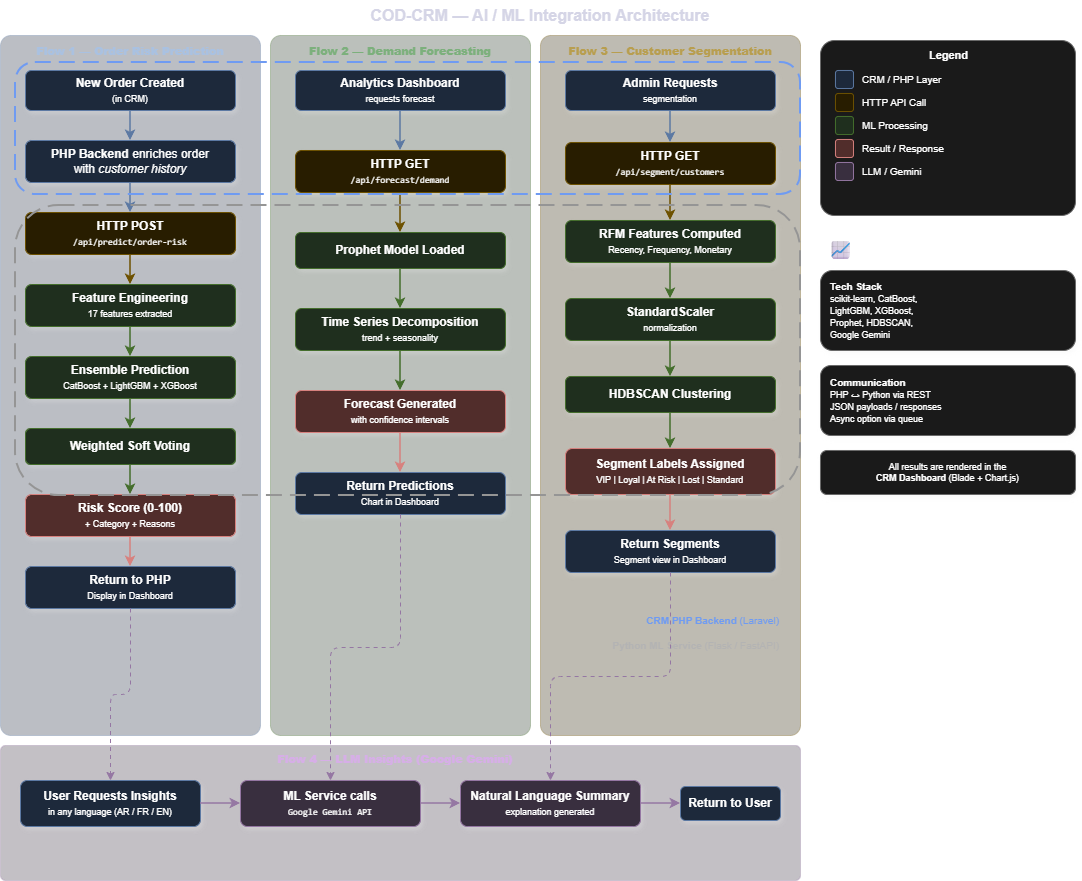
Above: docs/diagrams/ai_integration.drawio.png in amine-dubs/COD-CRM (draw.io), before the change. Source tidied: cells renumbered, new cells last; positions are measured from the earlier drawing's top-left corner, leaving out a move shared by most shapes.
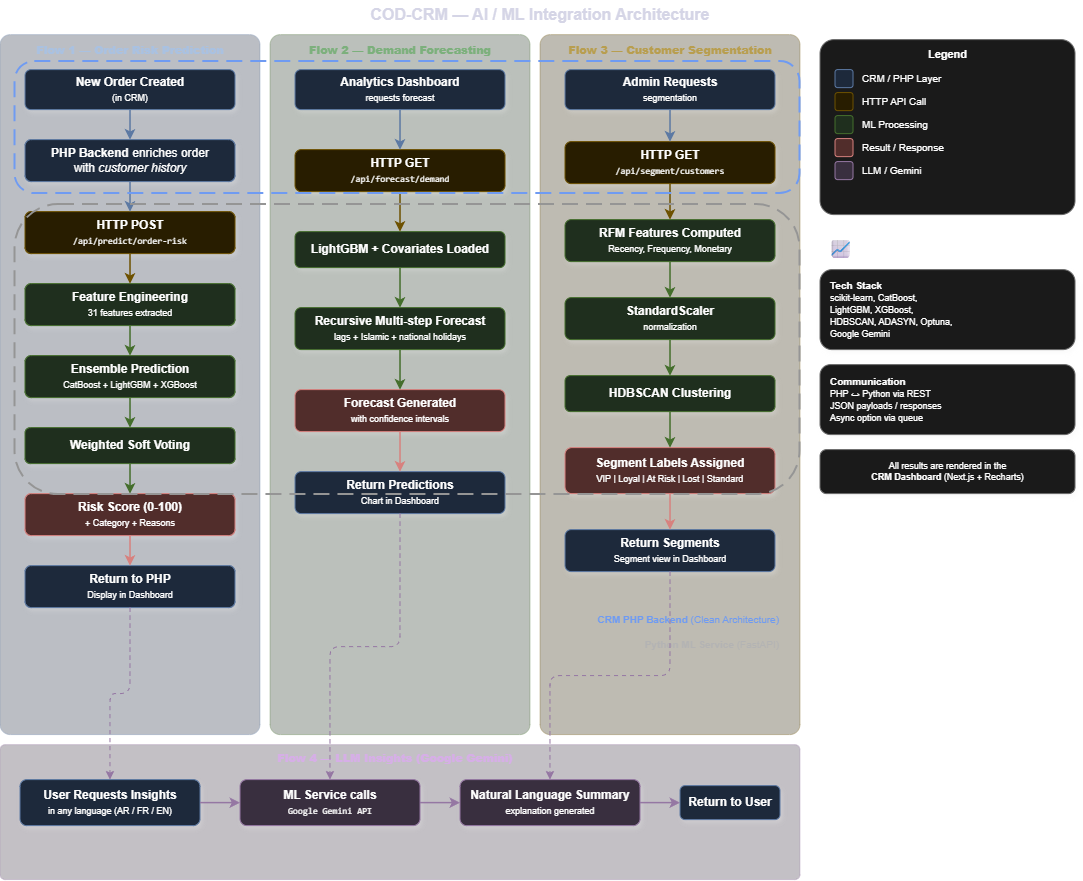
The same file after the commit.

Change to the diagram source:
```diff
@@ -5,63 +5,63 @@
     <mxCell id="2" value="&lt;b&gt;COD-CRM &amp;mdash; AI / ML Integration Architecture&lt;/b&gt;" style="text;html=1;align=center;verticalAlign=middle;whiteSpace=wrap;fontSize=16;fontColor=#1a1a2e;" parent="1" vertex="1">
       <mxGeometry x="240" width="600" height="30" as="geometry" />
     </mxCell>
-    <mxCell id="3" style="rounded=1;whiteSpace=wrap;html=1;fillColor=#dae8fc;strokeColor=#6c8ebf;opacity=30;arcSize=4;" parent="1" vertex="1">
-      <mxGeometry y="35" width="260" height="700" as="geometry" />
-    </mxCell>
+    <mxCell id="80" style="rounded=1;whiteSpace=wrap;html=1;fillColor=#dae8fc;strokeColor=#6c8ebf;opacity=30;arcSize=4;" parent="1" vertex="1">
+      <mxGeometry y="35" width="260" height="700" as="geometry" />
+    </mxCell>
     <mxCell id="4" value="&lt;b&gt;Flow 1 &amp;mdash; Order Risk Prediction&lt;/b&gt;" style="text;html=1;align=center;verticalAlign=middle;whiteSpace=wrap;fontSize=11;fontColor=#1e3a5f;fontStyle=1;" parent="1" vertex="1">
       <mxGeometry x="10" y="40" width="240" height="22" as="geometry" />
     </mxCell>
-    <mxCell id="5" style="rounded=1;whiteSpace=wrap;html=1;fillColor=#d5e8d4;strokeColor=#82b366;opacity=30;arcSize=4;" parent="1" vertex="1">
-      <mxGeometry x="270" y="35" width="260" height="700" as="geometry" />
-    </mxCell>
+    <mxCell id="81" style="rounded=1;whiteSpace=wrap;html=1;fillColor=#d5e8d4;strokeColor=#82b366;opacity=30;arcSize=4;" parent="1" vertex="1">
+      <mxGeometry x="270" y="35" width="260" height="700" as="geometry" />
+    </mxCell>
     <mxCell id="6" value="&lt;b&gt;Flow 2 &amp;mdash; Demand Forecasting&lt;/b&gt;" style="text;html=1;align=center;verticalAlign=middle;whiteSpace=wrap;fontSize=11;fontColor=#2d6a2e;fontStyle=1;" parent="1" vertex="1">
       <mxGeometry x="280" y="40" width="240" height="22" as="geometry" />
     </mxCell>
-    <mxCell id="7" style="rounded=1;whiteSpace=wrap;html=1;fillColor=#fff2cc;strokeColor=#d6b656;opacity=30;arcSize=4;" parent="1" vertex="1">
-      <mxGeometry x="540" y="35" width="260" height="700" as="geometry" />
-    </mxCell>
+    <mxCell id="82" style="rounded=1;whiteSpace=wrap;html=1;fillColor=#fff2cc;strokeColor=#d6b656;opacity=30;arcSize=4;" parent="1" vertex="1">
+      <mxGeometry x="540" y="35" width="260" height="700" as="geometry" />
+    </mxCell>
     <mxCell id="8" value="&lt;b&gt;Flow 3 &amp;mdash; Customer Segmentation&lt;/b&gt;" style="text;html=1;align=center;verticalAlign=middle;whiteSpace=wrap;fontSize=11;fontColor=#7a5c00;fontStyle=1;" parent="1" vertex="1">
       <mxGeometry x="550" y="40" width="240" height="22" as="geometry" />
     </mxCell>
-    <mxCell id="9" style="rounded=1;whiteSpace=wrap;html=1;fillColor=#e1d5e7;strokeColor=#9673a6;opacity=30;arcSize=4;" parent="1" vertex="1">
-      <mxGeometry y="745" width="800" height="135" as="geometry" />
-    </mxCell>
+    <mxCell id="83" style="rounded=1;whiteSpace=wrap;html=1;fillColor=#e1d5e7;strokeColor=#9673a6;opacity=30;arcSize=4;" parent="1" vertex="1">
+      <mxGeometry y="745" width="800" height="135" as="geometry" />
+    </mxCell>
     <mxCell id="10" value="&lt;b&gt;Flow 4 &amp;mdash; LLM Insights (Google Gemini)&lt;/b&gt;" style="text;html=1;align=center;verticalAlign=middle;whiteSpace=wrap;fontSize=11;fontColor=#5b2c6f;fontStyle=1;" parent="1" vertex="1">
       <mxGeometry x="240" y="748" width="310" height="22" as="geometry" />
     </mxCell>
-    <mxCell id="11" style="rounded=1;whiteSpace=wrap;html=1;fillColor=#f5f5f5;strokeColor=#999999;arcSize=8;" parent="1" vertex="1">
-      <mxGeometry x="820" y="40" width="255" height="175" as="geometry" />
-    </mxCell>
+    <mxCell id="84" style="rounded=1;whiteSpace=wrap;html=1;fillColor=#f5f5f5;strokeColor=#999999;arcSize=8;" parent="1" vertex="1">
+      <mxGeometry x="820" y="40" width="255" height="175" as="geometry" />
+    </mxCell>
     <mxCell id="12" value="&lt;b&gt;Legend&lt;/b&gt;" style="text;html=1;align=center;verticalAlign=middle;fontSize=11;" parent="1" vertex="1">
       <mxGeometry x="820" y="45" width="255" height="20" as="geometry" />
     </mxCell>
-    <mxCell id="13" style="rounded=1;whiteSpace=wrap;fillColor=#dae8fc;strokeColor=#6c8ebf;" parent="1" vertex="1">
-      <mxGeometry x="835" y="70" width="18" height="18" as="geometry" />
-    </mxCell>
+    <mxCell id="85" style="rounded=1;whiteSpace=wrap;fillColor=#dae8fc;strokeColor=#6c8ebf;" parent="1" vertex="1">
+      <mxGeometry x="835" y="70" width="18" height="18" as="geometry" />
+    </mxCell>
     <mxCell id="14" value="CRM / PHP Layer" style="text;html=1;align=left;verticalAlign=middle;fontSize=10;" parent="1" vertex="1">
       <mxGeometry x="860" y="70" width="120" height="18" as="geometry" />
     </mxCell>
-    <mxCell id="15" style="rounded=1;whiteSpace=wrap;fillColor=#fff2cc;strokeColor=#d6b656;" parent="1" vertex="1">
-      <mxGeometry x="835" y="93" width="18" height="18" as="geometry" />
-    </mxCell>
+    <mxCell id="86" style="rounded=1;whiteSpace=wrap;fillColor=#fff2cc;strokeColor=#d6b656;" parent="1" vertex="1">
+      <mxGeometry x="835" y="93" width="18" height="18" as="geometry" />
+    </mxCell>
     <mxCell id="16" value="HTTP API Call" style="text;html=1;align=left;verticalAlign=middle;fontSize=10;" parent="1" vertex="1">
       <mxGeometry x="860" y="93" width="120" height="18" as="geometry" />
     </mxCell>
-    <mxCell id="17" style="rounded=1;whiteSpace=wrap;fillColor=#d5e8d4;strokeColor=#82b366;" parent="1" vertex="1">
-      <mxGeometry x="835" y="116" width="18" height="18" as="geometry" />
-    </mxCell>
+    <mxCell id="87" style="rounded=1;whiteSpace=wrap;fillColor=#d5e8d4;strokeColor=#82b366;" parent="1" vertex="1">
+      <mxGeometry x="835" y="116" width="18" height="18" as="geometry" />
+    </mxCell>
     <mxCell id="18" value="ML Processing" style="text;html=1;align=left;verticalAlign=middle;fontSize=10;" parent="1" vertex="1">
       <mxGeometry x="860" y="116" width="120" height="18" as="geometry" />
     </mxCell>
-    <mxCell id="19" style="rounded=1;whiteSpace=wrap;fillColor=#f8cecc;strokeColor=#b85450;" parent="1" vertex="1">
-      <mxGeometry x="835" y="139" width="18" height="18" as="geometry" />
-    </mxCell>
+    <mxCell id="88" style="rounded=1;whiteSpace=wrap;fillColor=#f8cecc;strokeColor=#b85450;" parent="1" vertex="1">
+      <mxGeometry x="835" y="139" width="18" height="18" as="geometry" />
+    </mxCell>
     <mxCell id="20" value="Result / Response" style="text;html=1;align=left;verticalAlign=middle;fontSize=10;" parent="1" vertex="1">
       <mxGeometry x="860" y="139" width="120" height="18" as="geometry" />
     </mxCell>
-    <mxCell id="21" style="rounded=1;whiteSpace=wrap;fillColor=#e1d5e7;strokeColor=#9673a6;" parent="1" vertex="1">
-      <mxGeometry x="835" y="162" width="18" height="18" as="geometry" />
-    </mxCell>
+    <mxCell id="89" style="rounded=1;whiteSpace=wrap;fillColor=#e1d5e7;strokeColor=#9673a6;" parent="1" vertex="1">
+      <mxGeometry x="835" y="162" width="18" height="18" as="geometry" />
+    </mxCell>
     <mxCell id="22" value="LLM / Gemini" style="text;html=1;align=left;verticalAlign=middle;fontSize=10;" parent="1" vertex="1">
       <mxGeometry x="860" y="162" width="120" height="18" as="geometry" />
     </mxCell>
@@ -74,9 +74,9 @@
     <mxCell id="25" value="&lt;b&gt;HTTP POST&lt;/b&gt;&lt;br&gt;&lt;font style=&quot;font-size:9px;font-family:monospace&quot;&gt;/api/predict/order-risk&lt;/font&gt;" style="rounded=1;whiteSpace=wrap;html=1;fillColor=#fff2cc;strokeColor=#d6b656;shadow=1;" parent="1" vertex="1">
       <mxGeometry x="25" y="212" width="210" height="42" as="geometry" />
     </mxCell>
-    <mxCell id="26" value="&lt;b&gt;Feature Engineering&lt;/b&gt;&lt;br&gt;&lt;font style=&quot;font-size:9px&quot;&gt;17 features extracted&lt;/font&gt;" style="rounded=1;whiteSpace=wrap;html=1;fillColor=#d5e8d4;strokeColor=#82b366;shadow=1;" parent="1" vertex="1">
-      <mxGeometry x="25" y="284" width="210" height="42" as="geometry" />
-    </mxCell>
+    <mxCell id="90" value="&lt;b&gt;Feature Engineering&lt;/b&gt;&lt;br&gt;&lt;font style=&quot;font-size:9px&quot;&gt;31 features extracted&lt;/font&gt;" style="rounded=1;whiteSpace=wrap;html=1;fillColor=#d5e8d4;strokeColor=#82b366;shadow=1;" parent="1" vertex="1">
+      <mxGeometry x="25" y="284" width="210" height="42" as="geometry" />
+    </mxCell>
     <mxCell id="27" value="&lt;b&gt;Ensemble Prediction&lt;/b&gt;&lt;br&gt;&lt;font style=&quot;font-size:9px&quot;&gt;CatBoost + LightGBM + XGBoost&lt;/font&gt;" style="rounded=1;whiteSpace=wrap;html=1;fillColor=#d5e8d4;strokeColor=#82b366;shadow=1;" parent="1" vertex="1">
       <mxGeometry x="25" y="356" width="210" height="42" as="geometry" />
     </mxCell>
@@ -95,12 +95,12 @@
     <mxCell id="32" style="edgeStyle=orthogonalEdgeStyle;rounded=1;strokeColor=#6c8ebf;strokeWidth=1.5;" parent="1" edge="1" source="24" target="25">
       <mxGeometry relative="1" as="geometry" />
     </mxCell>
-    <mxCell id="33" style="edgeStyle=orthogonalEdgeStyle;rounded=1;strokeColor=#d6b656;strokeWidth=1.5;" parent="1" edge="1" source="25" target="26">
-      <mxGeometry relative="1" as="geometry" />
-    </mxCell>
-    <mxCell id="34" style="edgeStyle=orthogonalEdgeStyle;rounded=1;strokeColor=#82b366;strokeWidth=1.5;" parent="1" edge="1" source="26" target="27">
-      <mxGeometry relative="1" as="geometry" />
-    </mxCell>
+    <mxCell id="91" style="edgeStyle=orthogonalEdgeStyle;rounded=1;strokeColor=#d6b656;strokeWidth=1.5;" parent="1" edge="1" source="25" target="90">
+      <mxGeometry relative="1" as="geometry" />
+    </mxCell>
+    <mxCell id="92" style="edgeStyle=orthogonalEdgeStyle;rounded=1;strokeColor=#82b366;strokeWidth=1.5;" parent="1" edge="1" source="90" target="27">
+      <mxGeometry relative="1" as="geometry" />
+    </mxCell>
     <mxCell id="35" style="edgeStyle=orthogonalEdgeStyle;rounded=1;strokeColor=#82b366;strokeWidth=1.5;" parent="1" edge="1" source="27" target="28">
       <mxGeometry relative="1" as="geometry" />
     </mxCell>
@@ -116,12 +116,12 @@
     <mxCell id="39" value="&lt;b&gt;HTTP GET&lt;/b&gt;&lt;br&gt;&lt;font style=&quot;font-size:9px;font-family:monospace&quot;&gt;/api/forecast/demand&lt;/font&gt;" style="rounded=1;whiteSpace=wrap;html=1;fillColor=#fff2cc;strokeColor=#d6b656;shadow=1;" parent="1" vertex="1">
       <mxGeometry x="295" y="150" width="210" height="42" as="geometry" />
     </mxCell>
-    <mxCell id="40" value="&lt;b&gt;Prophet Model Loaded&lt;/b&gt;" style="rounded=1;whiteSpace=wrap;html=1;fillColor=#d5e8d4;strokeColor=#82b366;shadow=1;" parent="1" vertex="1">
-      <mxGeometry x="295" y="232" width="210" height="36" as="geometry" />
-    </mxCell>
-    <mxCell id="41" value="&lt;b&gt;Time Series Decomposition&lt;/b&gt;&lt;br&gt;&lt;font style=&quot;font-size:9px&quot;&gt;trend + seasonality&lt;/font&gt;" style="rounded=1;whiteSpace=wrap;html=1;fillColor=#d5e8d4;strokeColor=#82b366;shadow=1;" parent="1" vertex="1">
-      <mxGeometry x="295" y="308" width="210" height="42" as="geometry" />
-    </mxCell>
+    <mxCell id="93" value="&lt;b&gt;LightGBM + Covariates Loaded&lt;/b&gt;" style="rounded=1;whiteSpace=wrap;html=1;fillColor=#d5e8d4;strokeColor=#82b366;shadow=1;" parent="1" vertex="1">
+      <mxGeometry x="295" y="232" width="210" height="36" as="geometry" />
+    </mxCell>
+    <mxCell id="94" value="&lt;b&gt;Recursive Multi-step Forecast&lt;/b&gt;&lt;br&gt;&lt;font style=&quot;font-size:9px&quot;&gt;lags + Islamic + national holidays&lt;/font&gt;" style="rounded=1;whiteSpace=wrap;html=1;fillColor=#d5e8d4;strokeColor=#82b366;shadow=1;" parent="1" vertex="1">
+      <mxGeometry x="295" y="308" width="210" height="42" as="geometry" />
+    </mxCell>
     <mxCell id="42" value="&lt;b&gt;Forecast Generated&lt;/b&gt;&lt;br&gt;&lt;font style=&quot;font-size:9px&quot;&gt;with confidence intervals&lt;/font&gt;" style="rounded=1;whiteSpace=wrap;html=1;fillColor=#f8cecc;strokeColor=#b85450;shadow=1;" parent="1" vertex="1">
       <mxGeometry x="295" y="390" width="210" height="42" as="geometry" />
     </mxCell>
@@ -131,15 +131,15 @@
     <mxCell id="44" style="edgeStyle=orthogonalEdgeStyle;rounded=1;strokeColor=#6c8ebf;strokeWidth=1.5;" parent="1" edge="1" source="38" target="39">
       <mxGeometry relative="1" as="geometry" />
     </mxCell>
-    <mxCell id="45" style="edgeStyle=orthogonalEdgeStyle;rounded=1;strokeColor=#d6b656;strokeWidth=1.5;" parent="1" edge="1" source="39" target="40">
-      <mxGeometry relative="1" as="geometry" />
-    </mxCell>
-    <mxCell id="46" style="edgeStyle=orthogonalEdgeStyle;rounded=1;strokeColor=#82b366;strokeWidth=1.5;" parent="1" edge="1" source="40" target="41">
-      <mxGeometry relative="1" as="geometry" />
-    </mxCell>
-    <mxCell id="47" style="edgeStyle=orthogonalEdgeStyle;rounded=1;strokeColor=#82b366;strokeWidth=1.5;" parent="1" edge="1" source="41" target="42">
-      <mxGeometry relative="1" as="geometry" />
-    </mxCell>
+    <mxCell id="95" style="edgeStyle=orthogonalEdgeStyle;rounded=1;strokeColor=#d6b656;strokeWidth=1.5;" parent="1" edge="1" source="39" target="93">
+      <mxGeometry relative="1" as="geometry" />
+    </mxCell>
+    <mxCell id="96" style="edgeStyle=orthogonalEdgeStyle;rounded=1;strokeColor=#82b366;strokeWidth=1.5;" parent="1" edge="1" source="93" target="94">
+      <mxGeometry relative="1" as="geometry" />
+    </mxCell>
+    <mxCell id="97" style="edgeStyle=orthogonalEdgeStyle;rounded=1;strokeColor=#82b366;strokeWidth=1.5;" parent="1" edge="1" source="94" target="42">
+      <mxGeometry relative="1" as="geometry" />
+    </mxCell>
     <mxCell id="48" style="edgeStyle=orthogonalEdgeStyle;rounded=1;strokeColor=#b85450;strokeWidth=1.5;" parent="1" edge="1" source="42" target="43">
       <mxGeometry relative="1" as="geometry" />
     </mxCell>
@@ -203,30 +203,30 @@
     <mxCell id="68" style="edgeStyle=orthogonalEdgeStyle;rounded=1;strokeColor=#9673a6;strokeWidth=1.5;" parent="1" edge="1" source="64" target="65">
       <mxGeometry relative="1" as="geometry" />
     </mxCell>
-    <mxCell id="69" style="rounded=1;whiteSpace=wrap;html=1;fillColor=none;strokeColor=#666666;strokeWidth=2;dashed=1;dashPattern=8 4;" parent="1" vertex="1">
-      <mxGeometry x="15" y="205" width="785" height="290" as="geometry" />
-    </mxCell>
-    <mxCell id="70" value="&lt;font color=&quot;#444444&quot;&gt;&lt;b&gt;Python ML Service&lt;/b&gt;  (Flask / FastAPI)&lt;/font&gt;" style="text;html=1;align=right;verticalAlign=middle;fontSize=10;fontStyle=0;" parent="1" vertex="1">
-      <mxGeometry x="570" y="635" width="210" height="20" as="geometry" />
-    </mxCell>
-    <mxCell id="71" style="rounded=1;whiteSpace=wrap;html=1;fillColor=none;strokeColor=#3366cc;strokeWidth=2;dashed=1;dashPattern=8 4;" parent="1" vertex="1">
-      <mxGeometry x="15" y="62" width="785" height="132" as="geometry" />
-    </mxCell>
-    <mxCell id="72" value="&lt;font color=&quot;#3366cc&quot;&gt;&lt;b&gt;CRM PHP Backend&lt;/b&gt;  (Laravel)&lt;/font&gt;" style="text;html=1;align=right;verticalAlign=middle;fontSize=10;" parent="1" vertex="1">
-      <mxGeometry x="570" y="610" width="210" height="20" as="geometry" />
-    </mxCell>
+    <mxCell id="98" style="rounded=1;whiteSpace=wrap;html=1;fillColor=none;strokeColor=#666666;strokeWidth=2;dashed=1;dashPattern=8 4;" parent="1" vertex="1">
+      <mxGeometry x="15" y="205" width="785" height="290" as="geometry" />
+    </mxCell>
+    <mxCell id="99" value="&lt;font color=&quot;#444444&quot;&gt;&lt;b&gt;Python ML Service&lt;/b&gt;  (FastAPI)&lt;/font&gt;" style="text;html=1;align=right;verticalAlign=middle;fontSize=10;fontStyle=0;" parent="1" vertex="1">
+      <mxGeometry x="570" y="635" width="210" height="20" as="geometry" />
+    </mxCell>
+    <mxCell id="100" style="rounded=1;whiteSpace=wrap;html=1;fillColor=none;strokeColor=#3366cc;strokeWidth=2;dashed=1;dashPattern=8 4;" parent="1" vertex="1">
+      <mxGeometry x="15" y="62" width="785" height="132" as="geometry" />
+    </mxCell>
+    <mxCell id="101" value="&lt;font color=&quot;#3366cc&quot;&gt;&lt;b&gt;CRM PHP Backend&lt;/b&gt;  (Clean Architecture)&lt;/font&gt;" style="text;html=1;align=right;verticalAlign=middle;fontSize=10;" parent="1" vertex="1">
+      <mxGeometry x="570" y="610" width="210" height="20" as="geometry" />
+    </mxCell>
     <mxCell id="73" value="&lt;font style=&quot;font-size:18px&quot;&gt;📈&lt;/font&gt;" style="text;html=1;align=center;verticalAlign=middle;" parent="1" vertex="1">
       <mxGeometry x="825" y="235" width="30" height="30" as="geometry" />
     </mxCell>
-    <mxCell id="74" value="&lt;b&gt;Tech Stack&lt;/b&gt;&lt;br&gt;&lt;font style=&quot;font-size:9px&quot;&gt;scikit-learn, CatBoost,&lt;br&gt;LightGBM, XGBoost,&lt;br&gt;Prophet, HDBSCAN,&lt;br&gt;Google Gemini&lt;/font&gt;" style="rounded=1;whiteSpace=wrap;html=1;fillColor=#f5f5f5;strokeColor=#999999;shadow=1;fontSize=10;align=left;spacingLeft=8;" parent="1" vertex="1">
-      <mxGeometry x="820" y="270" width="255" height="80" as="geometry" />
-    </mxCell>
+    <mxCell id="102" value="&lt;b&gt;Tech Stack&lt;/b&gt;&lt;br&gt;&lt;font style=&quot;font-size:9px&quot;&gt;scikit-learn, CatBoost,&lt;br&gt;LightGBM, XGBoost,&lt;br&gt;HDBSCAN, ADASYN, Optuna,&lt;br&gt;Google Gemini&lt;/font&gt;" style="rounded=1;whiteSpace=wrap;html=1;fillColor=#f5f5f5;strokeColor=#999999;shadow=1;fontSize=10;align=left;spacingLeft=8;" parent="1" vertex="1">
+      <mxGeometry x="820" y="270" width="255" height="80" as="geometry" />
+    </mxCell>
     <mxCell id="75" value="&lt;b&gt;Communication&lt;/b&gt;&lt;br&gt;&lt;font style=&quot;font-size:9px&quot;&gt;PHP ↔ Python via REST&lt;br&gt;JSON payloads / responses&lt;br&gt;Async option via queue&lt;/font&gt;" style="rounded=1;whiteSpace=wrap;html=1;fillColor=#f5f5f5;strokeColor=#999999;shadow=1;fontSize=10;align=left;spacingLeft=8;" parent="1" vertex="1">
       <mxGeometry x="820" y="365" width="255" height="70" as="geometry" />
     </mxCell>
-    <mxCell id="76" value="&lt;font style=&quot;font-size:9px&quot;&gt;All results are rendered in the&lt;br&gt;&lt;b&gt;CRM Dashboard&lt;/b&gt; (Blade + Chart.js)&lt;/font&gt;" style="rounded=1;whiteSpace=wrap;html=1;fillColor=#f5f5f5;strokeColor=#999999;shadow=1;fontSize=9;align=center;" parent="1" vertex="1">
-      <mxGeometry x="820" y="450" width="255" height="44" as="geometry" />
-    </mxCell>
+    <mxCell id="103" value="&lt;font style=&quot;font-size:9px&quot;&gt;All results are rendered in the&lt;br&gt;&lt;b&gt;CRM Dashboard&lt;/b&gt; (Next.js + Recharts)&lt;/font&gt;" style="rounded=1;whiteSpace=wrap;html=1;fillColor=#f5f5f5;strokeColor=#999999;shadow=1;fontSize=9;align=center;" parent="1" vertex="1">
+      <mxGeometry x="820" y="450" width="255" height="44" as="geometry" />
+    </mxCell>
     <mxCell id="77" style="edgeStyle=orthogonalEdgeStyle;rounded=1;strokeColor=#9673a6;strokeWidth=1;dashed=1;dashPattern=4 4;exitX=0.5;exitY=1;exitDx=0;exitDy=0;" parent="1" edge="1" source="30" target="62">
       <mxGeometry relative="1" as="geometry" />
     </mxCell>
```
